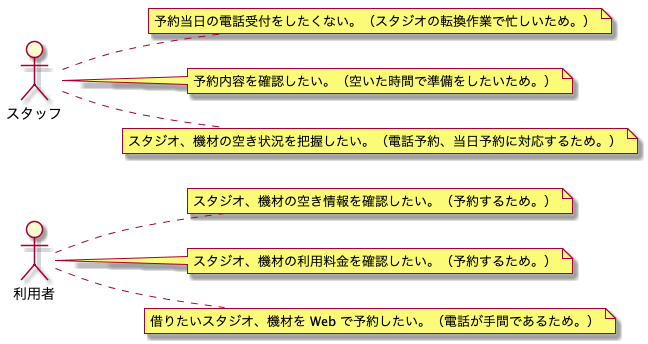
Above: modeling/02_RequirementModel/RequirementModel.png in TakashiOnawa/ddd-practice-studio-reservation (PlantUML), before the change.
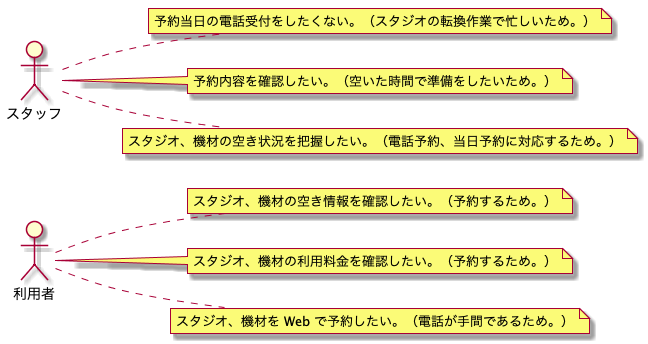
After the change.

The edit, as a diff of the source:
```diff
@@ -7,7 +7,7 @@
 actor 利用者
 note right : スタジオ、機材の利用料金を確認したい。（予約するため。）
 actor 利用者
-note right : 借りたいスタジオ、機材を Web で予約したい。（電話が手間であるため。）
+note right : スタジオ、機材を Web で予約したい。（電話が手間であるため。）
 
 actor スタッフ
 note right : 予約当日の電話受付をしたくない。（スタジオの転換作業で忙しいため。）
```
